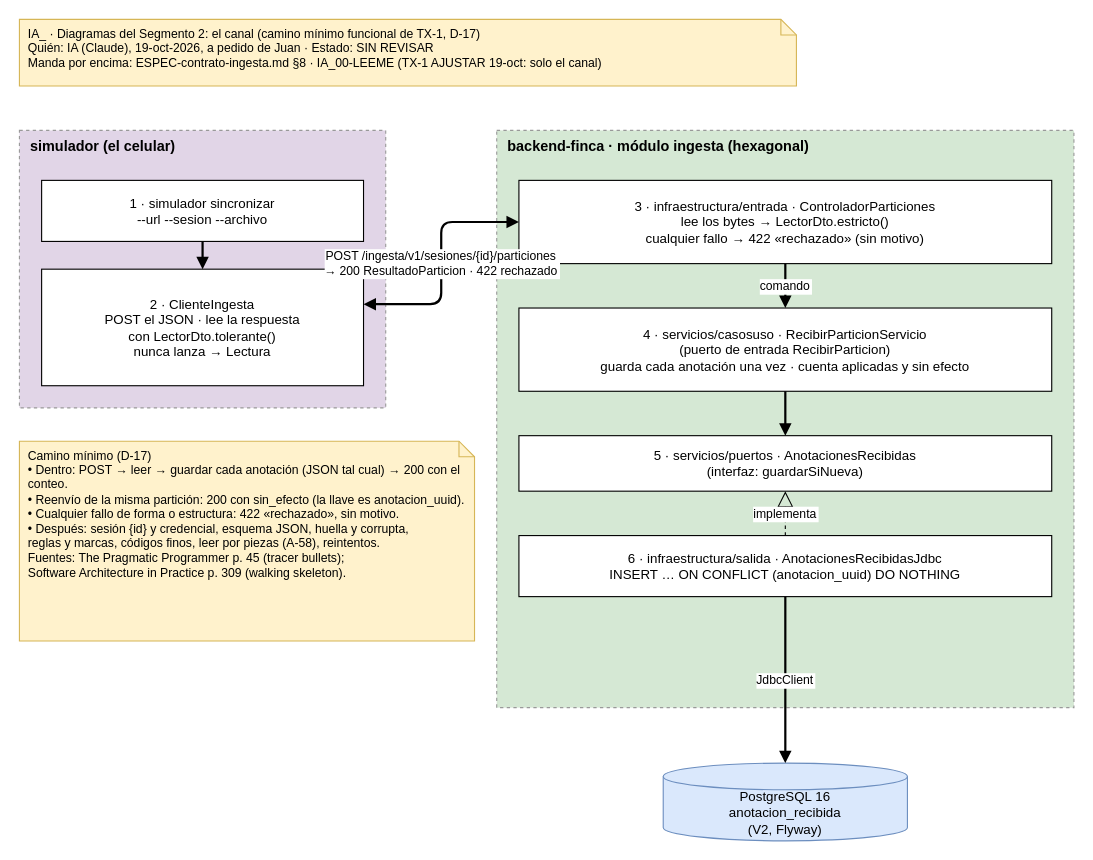
JuanPabloAvendano/FlorLogic keeps this draw.io diagram as page "1 · El recorrido" (1 of 2) of codigo/contrato/diagramas/IA_segmento-2.drawio. Above is the earlier version. Source tidied: cells renumbered, new cells numbered last; positions are measured from the earlier drawing's top-left corner, leaving out a move shared by most shapes. Both pictures are drawn from the tidied source at 111%, with x=0, y=0 at pixel (19, 19).
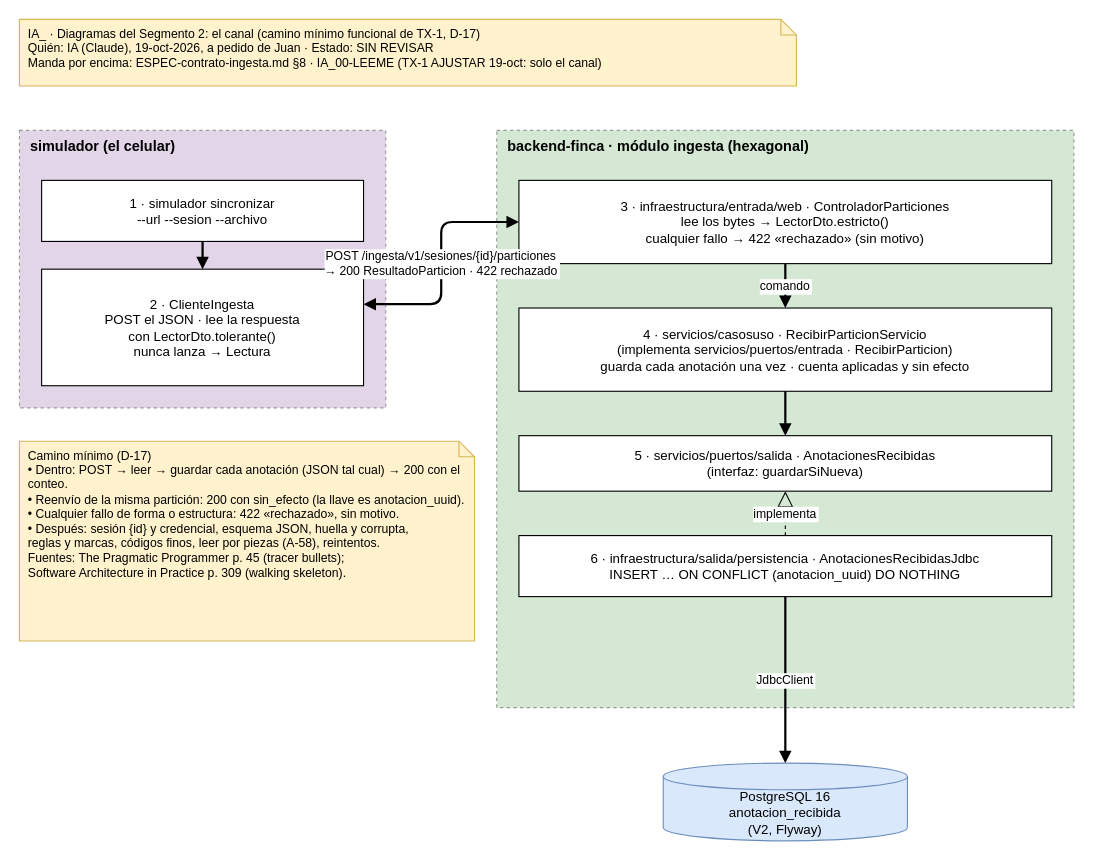
After the change.

The edit, as a diff of the source:
```diff
@@
 <mxGraphModel>
   <root>
     <mxCell id="0" />
     <mxCell id="1" parent="0" />
     <mxCell id="2" value="IA_ · Diagramas del Segmento 2: el canal (camino mínimo funcional de TX-1, D-17)&#10;Quién: IA (Claude), 19-oct-2026, a pedido de Juan · Estado: SIN REVISAR&#10;Manda por encima: ESPEC-contrato-ingesta.md §8 · IA_00-LEEME (TX-1 AJUSTAR 19-oct: solo el canal)" style="rounded=0;whiteSpace=wrap;html=0;shape=note;size=14;fillColor=#fff2cc;strokeColor=#d6b656;align=left;verticalAlign=top;spacingLeft=6;fontSize=11;" parent="1" vertex="1">
       <mxGeometry width="700" height="60" as="geometry" />
     </mxCell>
     <mxCell id="3" value="simulador (el celular)" style="rounded=0;whiteSpace=wrap;html=0;fillColor=#e1d5e7;strokeColor=#999999;dashed=1;verticalAlign=top;align=left;spacingLeft=8;fontStyle=1;fontSize=13;" parent="1" vertex="1">
       <mxGeometry y="100" width="330" height="250" as="geometry" />
     </mxCell>
     <mxCell id="4" value="1 · simulador sincronizar&#10;--url --sesion --archivo" style="rounded=0;whiteSpace=wrap;html=0;fillColor=#ffffff;" parent="1" vertex="1">
       <mxGeometry x="20" y="145" width="290" height="55" as="geometry" />
     </mxCell>
     <mxCell id="5" value="2 · ClienteIngesta&#10;POST el JSON · lee la respuesta&#10;con LectorDto.tolerante()&#10;nunca lanza → Lectura" style="rounded=0;whiteSpace=wrap;html=0;fillColor=#ffffff;" parent="1" vertex="1">
       <mxGeometry x="20" y="225" width="290" height="105" as="geometry" />
     </mxCell>
     <mxCell id="6" value="backend-finca · módulo ingesta (hexagonal)" style="rounded=0;whiteSpace=wrap;html=0;fillColor=#d5e8d4;strokeColor=#999999;dashed=1;verticalAlign=top;align=left;spacingLeft=8;fontStyle=1;fontSize=13;" parent="1" vertex="1">
       <mxGeometry x="430" y="100" width="520" height="520" as="geometry" />
     </mxCell>
-    <mxCell id="7" value="3 · infraestructura/entrada · ControladorParticiones&#10;lee los bytes → LectorDto.estricto()&#10;cualquier fallo → 422 «rechazado» (sin motivo)" style="rounded=0;whiteSpace=wrap;html=0;fillColor=#ffffff;" parent="1" vertex="1">
+    <mxCell id="7" value="3 · infraestructura/entrada/web · ControladorParticiones&#10;lee los bytes → LectorDto.estricto()&#10;cualquier fallo → 422 «rechazado» (sin motivo)" style="rounded=0;whiteSpace=wrap;html=0;fillColor=#ffffff;" parent="1" vertex="1">
       <mxGeometry x="450" y="145" width="480" height="75" as="geometry" />
     </mxCell>
-    <mxCell id="8" value="4 · servicios/casosuso · RecibirParticionServicio&#10;(puerto de entrada RecibirParticion)&#10;guarda cada anotación una vez · cuenta aplicadas y sin efecto" style="rounded=0;whiteSpace=wrap;html=0;fillColor=#ffffff;" parent="1" vertex="1">
+    <mxCell id="8" value="4 · servicios/casosuso · RecibirParticionServicio&#10;(implementa servicios/puertos/entrada · RecibirParticion)&#10;guarda cada anotación una vez · cuenta aplicadas y sin efecto" style="rounded=0;whiteSpace=wrap;html=0;fillColor=#ffffff;" parent="1" vertex="1">
       <mxGeometry x="450" y="260" width="480" height="75" as="geometry" />
     </mxCell>
-    <mxCell id="9" value="5 · servicios/puertos · AnotacionesRecibidas&#10;(interfaz: guardarSiNueva)" style="rounded=0;whiteSpace=wrap;html=0;fillColor=#ffffff;" parent="1" vertex="1">
+    <mxCell id="9" value="5 · servicios/puertos/salida · AnotacionesRecibidas&#10;(interfaz: guardarSiNueva)" style="rounded=0;whiteSpace=wrap;html=0;fillColor=#ffffff;" parent="1" vertex="1">
       <mxGeometry x="450" y="375" width="480" height="50" as="geometry" />
     </mxCell>
-    <mxCell id="10" value="6 · infraestructura/salida · AnotacionesRecibidasJdbc&#10;INSERT … ON CONFLICT (anotacion_uuid) DO NOTHING" style="rounded=0;whiteSpace=wrap;html=0;fillColor=#ffffff;" parent="1" vertex="1">
+    <mxCell id="10" value="6 · infraestructura/salida/persistencia · AnotacionesRecibidasJdbc&#10;INSERT … ON CONFLICT (anotacion_uuid) DO NOTHING" style="rounded=0;whiteSpace=wrap;html=0;fillColor=#ffffff;" parent="1" vertex="1">
       <mxGeometry x="450" y="465" width="480" height="55" as="geometry" />
     </mxCell>
     <mxCell id="11" value="PostgreSQL 16&#10;anotacion_recibida&#10;(V2, Flyway)" style="rounded=0;whiteSpace=wrap;html=0;shape=cylinder3;boundedLbl=1;size=12;fillColor=#dae8fc;strokeColor=#6c8ebf;" parent="1" vertex="1">
       <mxGeometry x="580" y="670" width="220" height="70" as="geometry" />
     </mxCell>
     <mxCell id="12" style="edgeStyle=orthogonalEdgeStyle;rounded=1;html=0;fontSize=11;labelBackgroundColor=#ffffff;endArrow=block;endFill=1;strokeWidth=2;" parent="1" edge="1" source="4" target="5">
       <mxGeometry relative="1" as="geometry" />
     </mxCell>
     <mxCell id="13" value="POST /ingesta/v1/sesiones/{id}/particiones&#10;→ 200 ResultadoParticion · 422 rechazado" style="edgeStyle=orthogonalEdgeStyle;rounded=1;html=0;fontSize=11;labelBackgroundColor=#ffffff;endArrow=block;endFill=1;startArrow=block;startFill=1;strokeWidth=2;exitX=1;exitY=0.3;exitDx=0;exitDy=0;entryX=0;entryY=0.5;entryDx=0;entryDy=0;" parent="1" edge="1" source="5" target="7">
       <mxGeometry relative="1" as="geometry" />
     </mxCell>
     <mxCell id="14" value="comando" style="edgeStyle=orthogonalEdgeStyle;rounded=1;html=0;fontSize=11;labelBackgroundColor=#ffffff;endArrow=block;endFill=1;strokeWidth=2;" parent="1" edge="1" source="7" target="8">
       <mxGeometry relative="1" as="geometry" />
     </mxCell>
     <mxCell id="15" style="edgeStyle=orthogonalEdgeStyle;rounded=1;html=0;fontSize=11;labelBackgroundColor=#ffffff;endArrow=block;endFill=1;strokeWidth=2;" parent="1" edge="1" source="8" target="9">
       <mxGeometry relative="1" as="geometry" />
     </mxCell>
     <mxCell id="16" value="implementa" style="edgeStyle=orthogonalEdgeStyle;rounded=1;html=0;fontSize=11;labelBackgroundColor=#ffffff;endArrow=block;endFill=0;dashed=1;endSize=12;" parent="1" edge="1" source="10" target="9">
       <mxGeometry relative="1" as="geometry" />
     </mxCell>
     <mxCell id="17" value="JdbcClient" style="edgeStyle=orthogonalEdgeStyle;rounded=1;html=0;fontSize=11;labelBackgroundColor=#ffffff;endArrow=block;endFill=1;strokeWidth=2;" parent="1" edge="1" source="10" target="11">
       <mxGeometry relative="1" as="geometry" />
     </mxCell>
     <mxCell id="18" value="Camino mínimo (D-17)&#10;• Dentro: POST → leer → guardar cada anotación (JSON tal cual) → 200 con el conteo.&#10;• Reenvío de la misma partición: 200 con sin_efecto (la llave es anotacion_uuid).&#10;• Cualquier fallo de forma o estructura: 422 «rechazado», sin motivo.&#10;• Después: sesión {id} y credencial, esquema JSON, huella y corrupta,&#10;  reglas y marcas, códigos finos, leer por piezas (A-58), reintentos.&#10;Fuentes: The Pragmatic Programmer p. 45 (tracer bullets);&#10;Software Architecture in Practice p. 309 (walking skeleton)." style="rounded=0;whiteSpace=wrap;html=0;shape=note;size=14;fillColor=#fff2cc;strokeColor=#d6b656;align=left;verticalAlign=top;spacingLeft=6;fontSize=11;" parent="1" vertex="1">
       <mxGeometry y="380" width="410" height="180" as="geometry" />
     </mxCell>
   </root>
 </mxGraphModel>
```
